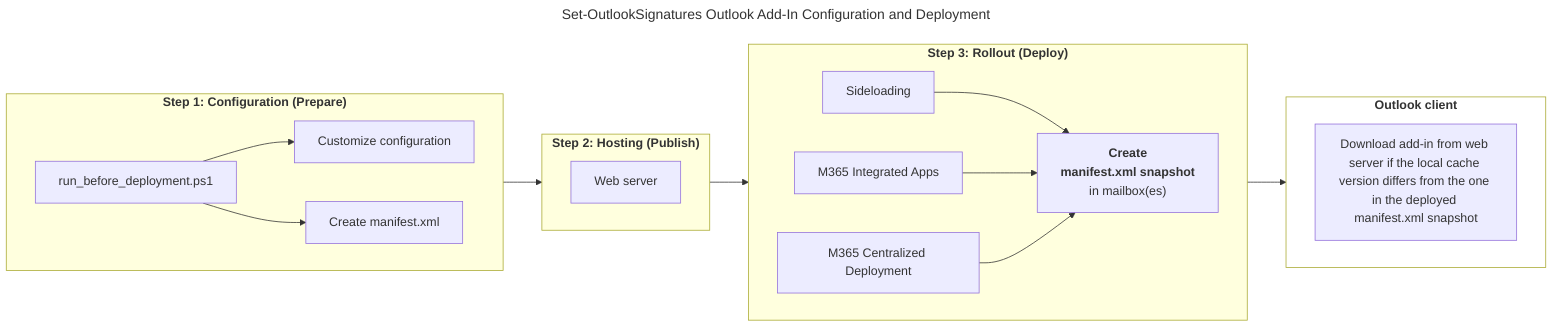
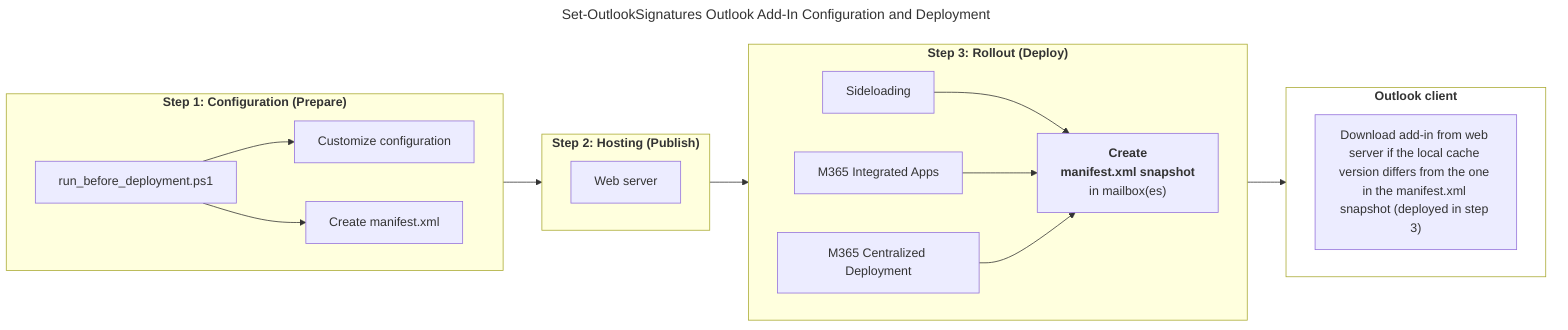
---
title: Set-OutlookSignatures Outlook Add-In Configuration and Deployment
config:
  layout: dagre
---
flowchart LR
  classDef nofill fill:none;

  subgraph S1 ["<b>Step 1: Configuration (Prepare)</b>"]
    direction LR

    script["run_before_deployment.ps1"]
    files["Customize configuration"]
    manifest["Create manifest.xml"]

    script --> files
    script --> manifest
  end

  subgraph S2 ["<b>Step 2: Hosting (Publish)</b>"]
    direction LR

    server["Web server"]
  end

  subgraph Lifecycle ["<b>Outlook client</b>"]
    direction LR

-     cache["Download add-in from web server if the local cache version differs from the one in the deployed manifest.xml snapshot"]
+     cache["Download add-in from web server if the local cache version differs from the one in the manifest.xml snapshot (deployed in step 3)"]
  end

  subgraph S3 ["<b>Step 3: Rollout (Deploy)</b>"]
    direction LR

    side["Sideloading"]
    int["M365 Integrated Apps"]
    cent["M365 Centralized Deployment"]
    mbox["<b>Create<br/>manifest.xml snapshot</b><br/>in mailbox(es)"]:::snapshot

    side & int & cent --> mbox
  end

  S1 --> S2
  S2 --> S3
  S3 --> Lifecycle

  class Lifecycle nofill;
  class methods nofill;